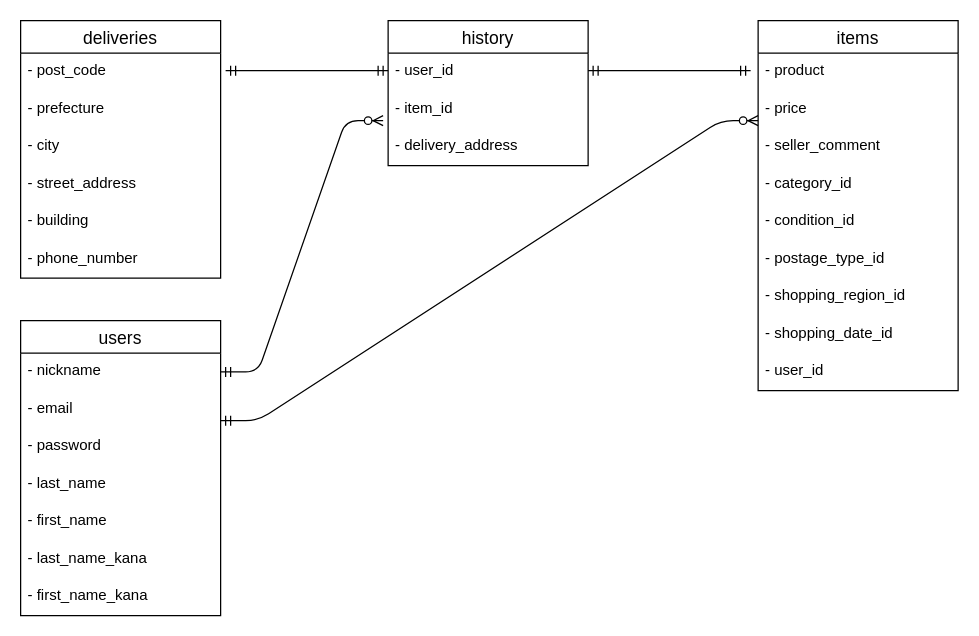
This is furima.dio from amino0422/furima-40534, a draw.io file, before an edit. Source tidied: cells renumbered, new cells numbered last; positions are measured from the earlier drawing's top-left corner, leaving out a move shared by most shapes. Both pictures are drawn from the tidied source at 125%, with x=0, y=0 at pixel (20, 20).
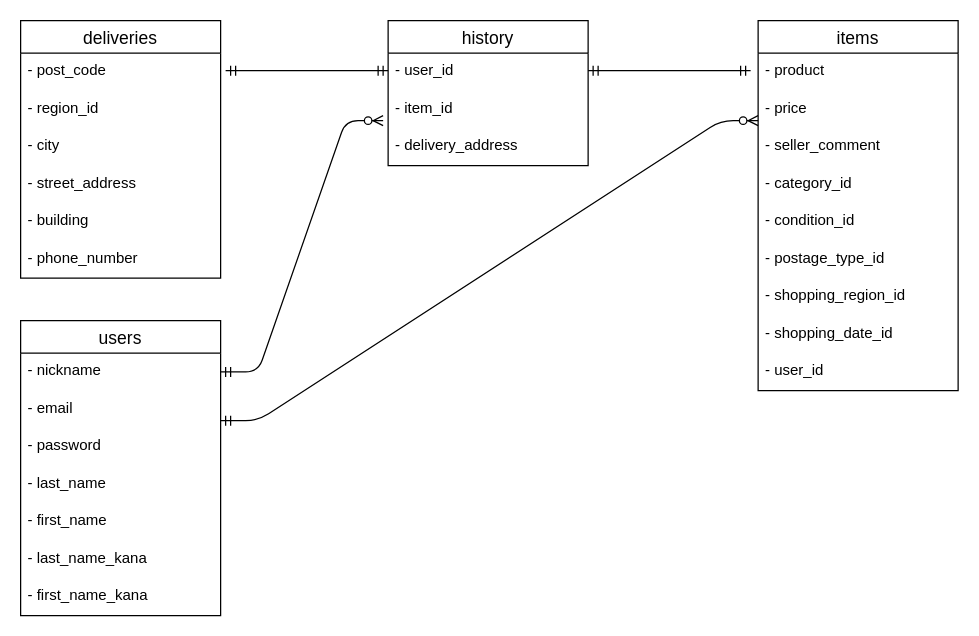
After the change.

The change refers to these unchanged cells:
```xml
<mxCell id="20" value="deliveries" style="swimlane;fontStyle=0;horizontal=1;startSize=26;align=center;fontSize=14;" parent="1" vertex="1">
  <mxGeometry width="160" height="206" as="geometry" />
</mxCell>
```

Diff of the diagram source:
```diff
@@
-    <mxCell id="22" value="- prefecture" style="text;strokeColor=none;fillColor=none;spacingLeft=4;spacingRight=4;overflow=hidden;fontSize=12;" parent="20" vertex="1">
+    <mxCell id="22" value="- region_id" style="text;strokeColor=none;fillColor=none;spacingLeft=4;spacingRight=4;overflow=hidden;fontSize=12;" parent="20" vertex="1">
       <mxGeometry y="56" width="160" height="30" as="geometry" />
     </mxCell>
```
